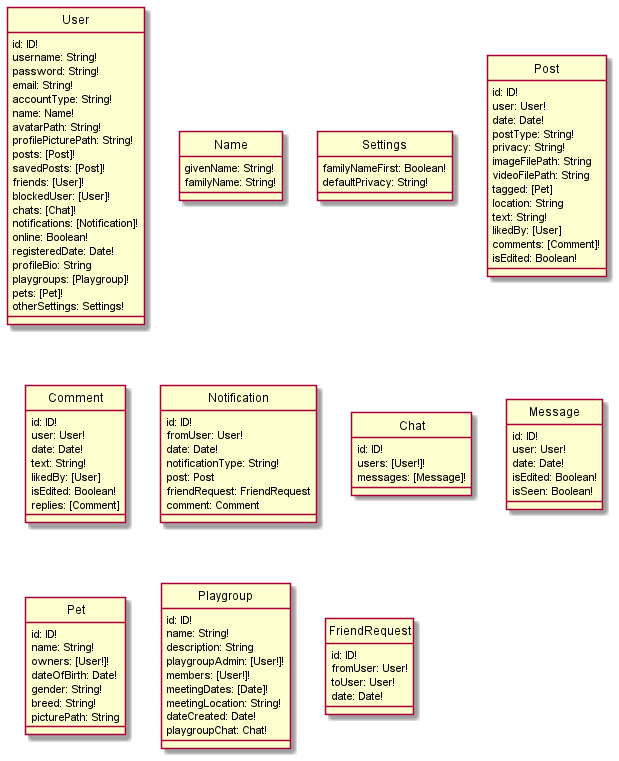
Before: docs/uml/DataSchema.png, a diagram exported from PlantUML (bryanwhl/pet-social). Source of this version:
```plantuml
@startuml DataSchemaExplicitConnections
hide circle
skinparam classAttributeIconSize 0

class User {
    id: ID!
    username: String!
    password: String!
    email: String!
    accountType: String!
    name: Name!
    avatarPath: String!
    profilePicturePath: String!
    posts: [Post]!
    savedPosts: [Post]!
    friends: [User]!
    blockedUser: [User]!
    chats: [Chat]!
    notifications: [Notification]!
    online: Boolean!
    registeredDate: Date!
    profileBio: String
    playgroups: [Playgroup]!
    pets: [Pet]!
    otherSettings: Settings!
}

class Name {
    givenName: String!
    familyName: String!
}

class Settings {
    familyNameFirst: Boolean!
    defaultPrivacy: String!
}

class Post {
    id: ID!
    user: User!
    date: Date!
    postType: String!
    privacy: String!
    imageFilePath: String
    videoFilePath: String
    tagged: [Pet]
    location: String
    text: String!
    likedBy: [User]
    comments: [Comment]!
    isEdited: Boolean!
}

class Comment {
    id: ID!
    user: User!
    date: Date!
    text: String!
    likedBy: [User]
    isEdited: Boolean!
    replies: [Comment]
}

class Notification {
    id: ID!
    fromUser: User!
    date: Date!
    notificationType: String!
    post: Post
    friendRequest: FriendRequest
    comment: Comment
}

class Chat {
    id: ID!
    users: [User!]!
    messages: [Message]!
}

class Message {
    id: ID!
    user: User!
    date: Date!
    isEdited: Boolean!
    isSeen: Boolean!
}

class Pet {
    id: ID!
    name: String!
    owners: [User!]!
    dateOfBirth: Date!
    gender: String!
    breed: String!
    picturePath: String
}

class Playgroup {
    id: ID!
    name: String!
    description: String
    playgroupAdmin: [User!]!
    members: [User!]!
    meetingDates: [Date]!
    meetingLocation: String!
    dateCreated: Date!
    playgroupChat: Chat!
}

class FriendRequest {
    id: ID!
    fromUser: User!
    toUser: User!
    date: Date!
}

@enduml
```
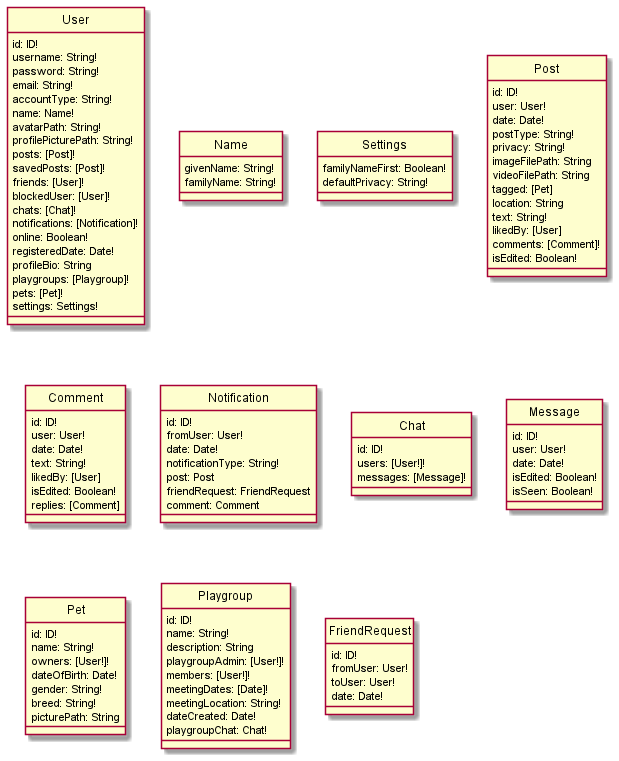
The same diagram one commit later.

Diff of the diagram source:
```diff
@@ -1,4 +1,4 @@
-@startuml DataSchemaExplicitConnections
+@startuml DataSchema
 hide circle
 skinparam classAttributeIconSize 0
 
@@ -22,7 +22,7 @@
     profileBio: String
     playgroups: [Playgroup]!
     pets: [Pet]!
-    otherSettings: Settings!
+    settings: Settings!
 }
 
 class Name {
```
